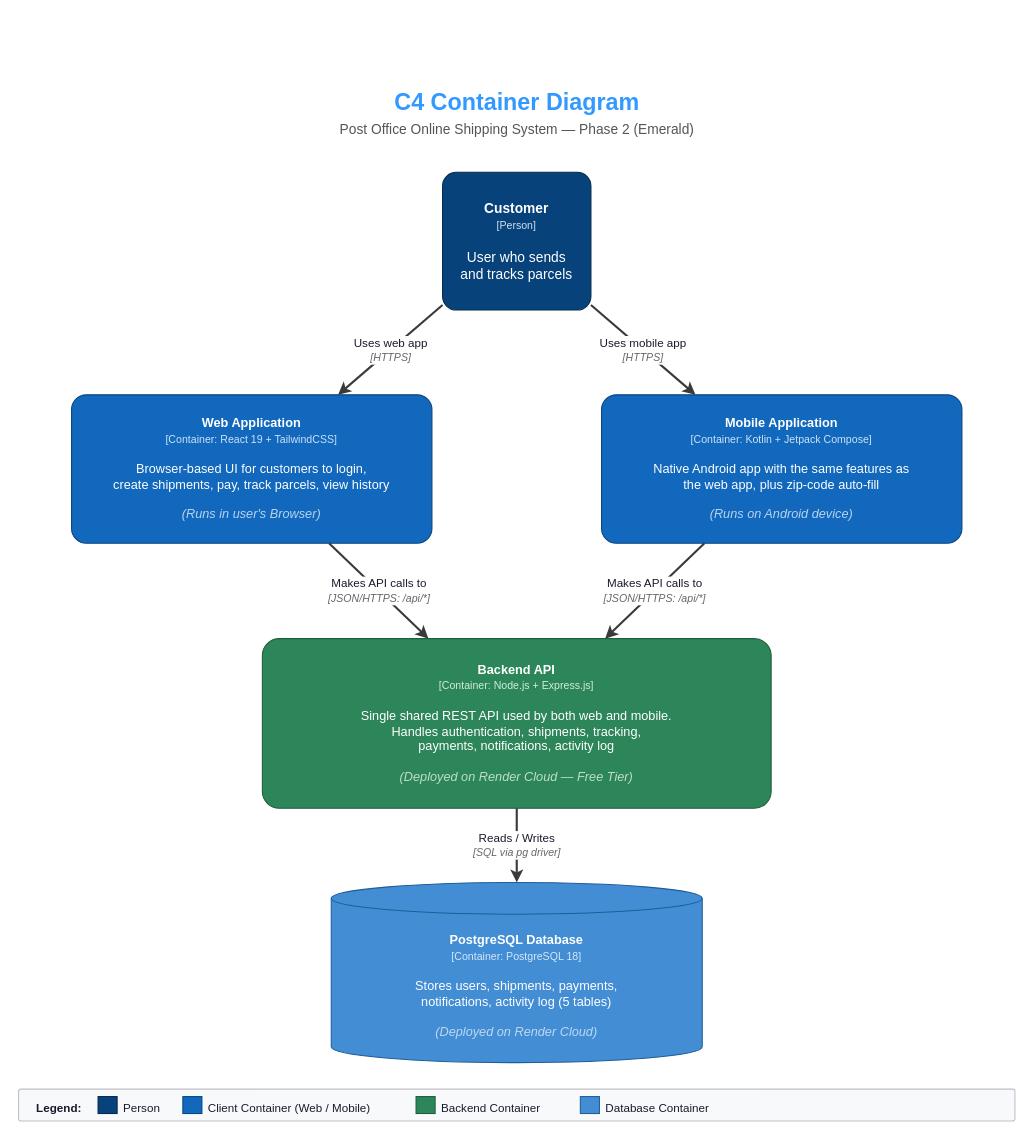
Before: phase-2-emerald-handoff/diagrams/Emerald_Phase2_Container_Diagram.drawio in FantasticRattee/software-construction-capstone, a draw.io diagram. Source tidied: cells renumbered, new cells numbered last; positions are measured from the earlier drawing's top-left corner, leaving out a move shared by most shapes. Both pictures are drawn from the tidied source at 106%, with x=0, y=0 at pixel (18, 82).
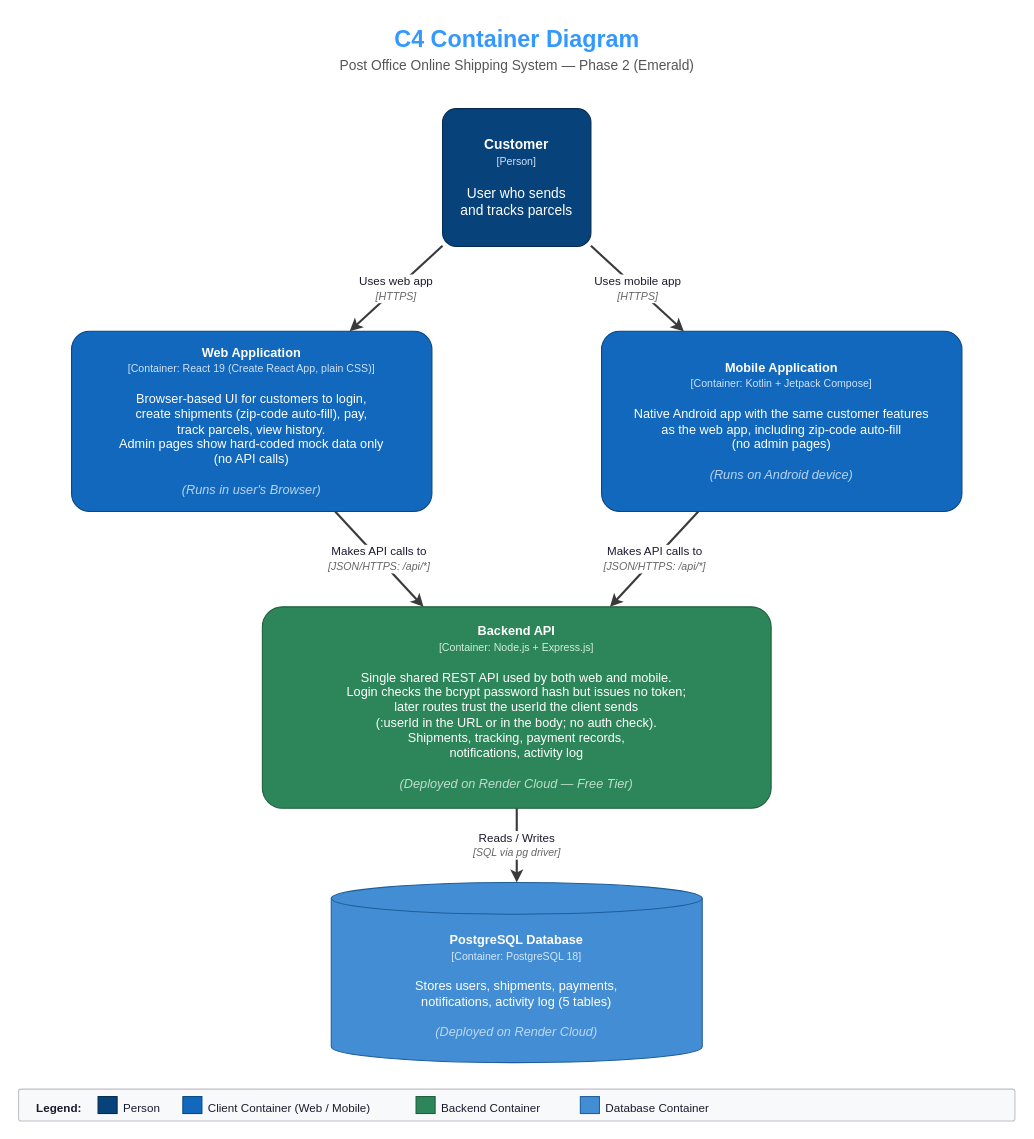
Above is the later version.

Diff of the diagram source:
```diff
@@
     <mxCell id="2" value="C4 Container Diagram" style="text;html=1;strokeColor=none;fillColor=none;align=center;fontSize=22;fontStyle=1;fontColor=#3399FF;" parent="1" vertex="1">
-      <mxGeometry x="250" width="440" height="30" as="geometry" />
+      <mxGeometry x="250" y="-60" width="440" height="30" as="geometry" />
     </mxCell>
     <mxCell id="3" value="Post Office Online Shipping System — Phase 2 (Emerald)" style="text;html=1;strokeColor=none;fillColor=none;align=center;fontSize=13;fontColor=#555555;" parent="1" vertex="1">
-      <mxGeometry x="200" y="30" width="540" height="22" as="geometry" />
+      <mxGeometry x="200" y="-30" width="540" height="22" as="geometry" />
     </mxCell>
     <mxCell id="4" value="&lt;b&gt;Customer&lt;/b&gt;&lt;br&gt;&lt;span style=&quot;font-size:10px;color:#cfe1f5&quot;&gt;[Person]&lt;/span&gt;&lt;br&gt;&lt;br&gt;User who sends&lt;br&gt;and tracks parcels" style="rounded=1;arcSize=10;whiteSpace=wrap;html=1;fillColor=#08427b;strokeColor=#052a4f;fontColor=#ffffff;fontSize=13;align=center;verticalAlign=middle;" parent="1" vertex="1">
-      <mxGeometry x="400" y="85" width="140" height="130" as="geometry" />
+      <mxGeometry x="400" y="25" width="140" height="130" as="geometry" />
     </mxCell>
-    <mxCell id="5" value="&lt;b&gt;Web Application&lt;/b&gt;&lt;br&gt;&lt;span style=&quot;font-size:10px;color:#cfe1f5&quot;&gt;[Container: React 19 + TailwindCSS]&lt;/span&gt;&lt;br&gt;&lt;br&gt;Browser-based UI for customers to login,&lt;br&gt;create shipments, pay, track parcels, view history&lt;br&gt;&lt;br&gt;&lt;i style=&quot;color:#b8d4ef&quot;&gt;(Runs in user's Browser)&lt;/i&gt;" style="rounded=1;arcSize=10;whiteSpace=wrap;html=1;fillColor=#1168bd;strokeColor=#0a4680;fontColor=#ffffff;fontSize=12;align=center;verticalAlign=middle;" parent="1" vertex="1">
-      <mxGeometry x="50" y="295" width="340" height="140" as="geometry" />
+    <mxCell id="5" value="&lt;b&gt;Web Application&lt;/b&gt;&lt;br&gt;&lt;span style=&quot;font-size:10px;color:#cfe1f5&quot;&gt;[Container: React 19 (Create React App, plain CSS)]&lt;/span&gt;&lt;br&gt;&lt;br&gt;Browser-based UI for customers to login,&lt;br&gt;create shipments (zip-code auto-fill), pay,&lt;br&gt;track parcels, view history.&lt;br&gt;Admin pages show hard-coded mock data only&lt;br&gt;(no API calls)&lt;br&gt;&lt;br&gt;&lt;i style=&quot;color:#b8d4ef&quot;&gt;(Runs in user's Browser)&lt;/i&gt;" style="rounded=1;arcSize=10;whiteSpace=wrap;html=1;fillColor=#1168bd;strokeColor=#0a4680;fontColor=#ffffff;fontSize=12;align=center;verticalAlign=middle;" parent="1" vertex="1">
+      <mxGeometry x="50" y="235" width="340" height="170" as="geometry" />
     </mxCell>
-    <mxCell id="6" value="&lt;b&gt;Mobile Application&lt;/b&gt;&lt;br&gt;&lt;span style=&quot;font-size:10px;color:#cfe1f5&quot;&gt;[Container: Kotlin + Jetpack Compose]&lt;/span&gt;&lt;br&gt;&lt;br&gt;Native Android app with the same features as&lt;br&gt;the web app, plus zip-code auto-fill&lt;br&gt;&lt;br&gt;&lt;i style=&quot;color:#b8d4ef&quot;&gt;(Runs on Android device)&lt;/i&gt;" style="rounded=1;arcSize=10;whiteSpace=wrap;html=1;fillColor=#1168bd;strokeColor=#0a4680;fontColor=#ffffff;fontSize=12;align=center;verticalAlign=middle;" parent="1" vertex="1">
-      <mxGeometry x="550" y="295" width="340" height="140" as="geometry" />
+    <mxCell id="6" value="&lt;b&gt;Mobile Application&lt;/b&gt;&lt;br&gt;&lt;span style=&quot;font-size:10px;color:#cfe1f5&quot;&gt;[Container: Kotlin + Jetpack Compose]&lt;/span&gt;&lt;br&gt;&lt;br&gt;Native Android app with the same customer features&lt;br&gt;as the web app, including zip-code auto-fill&lt;br&gt;(no admin pages)&lt;br&gt;&lt;br&gt;&lt;i style=&quot;color:#b8d4ef&quot;&gt;(Runs on Android device)&lt;/i&gt;" style="rounded=1;arcSize=10;whiteSpace=wrap;html=1;fillColor=#1168bd;strokeColor=#0a4680;fontColor=#ffffff;fontSize=12;align=center;verticalAlign=middle;" parent="1" vertex="1">
+      <mxGeometry x="550" y="235" width="340" height="170" as="geometry" />
     </mxCell>
-    <mxCell id="7" value="&lt;b&gt;Backend API&lt;/b&gt;&lt;br&gt;&lt;span style=&quot;font-size:10px;color:#d2ecdd&quot;&gt;[Container: Node.js + Express.js]&lt;/span&gt;&lt;br&gt;&lt;br&gt;Single shared REST API used by both web and mobile.&lt;br&gt;Handles authentication, shipments, tracking,&lt;br&gt;payments, notifications, activity log&lt;br&gt;&lt;br&gt;&lt;i style=&quot;color:#c0dcce&quot;&gt;(Deployed on Render Cloud — Free Tier)&lt;/i&gt;" style="rounded=1;arcSize=10;whiteSpace=wrap;html=1;fillColor=#2d8659;strokeColor=#1d5e3d;fontColor=#ffffff;fontSize=12;align=center;verticalAlign=middle;" parent="1" vertex="1">
-      <mxGeometry x="230" y="525" width="480" height="160" as="geometry" />
+    <mxCell id="7" value="&lt;b&gt;Backend API&lt;/b&gt;&lt;br&gt;&lt;span style=&quot;font-size:10px;color:#d2ecdd&quot;&gt;[Container: Node.js + Express.js]&lt;/span&gt;&lt;br&gt;&lt;br&gt;Single shared REST API used by both web and mobile.&lt;br&gt;Login checks the bcrypt password hash but issues no token;&lt;br&gt;later routes trust the userId the client sends&lt;br&gt;(:userId in the URL or in the body; no auth check).&lt;br&gt;Shipments, tracking, payment records,&lt;br&gt;notifications, activity log&lt;br&gt;&lt;br&gt;&lt;i style=&quot;color:#c0dcce&quot;&gt;(Deployed on Render Cloud — Free Tier)&lt;/i&gt;" style="rounded=1;arcSize=10;whiteSpace=wrap;html=1;fillColor=#2d8659;strokeColor=#1d5e3d;fontColor=#ffffff;fontSize=12;align=center;verticalAlign=middle;" parent="1" vertex="1">
+      <mxGeometry x="230" y="495" width="480" height="190" as="geometry" />
     </mxCell>
```
